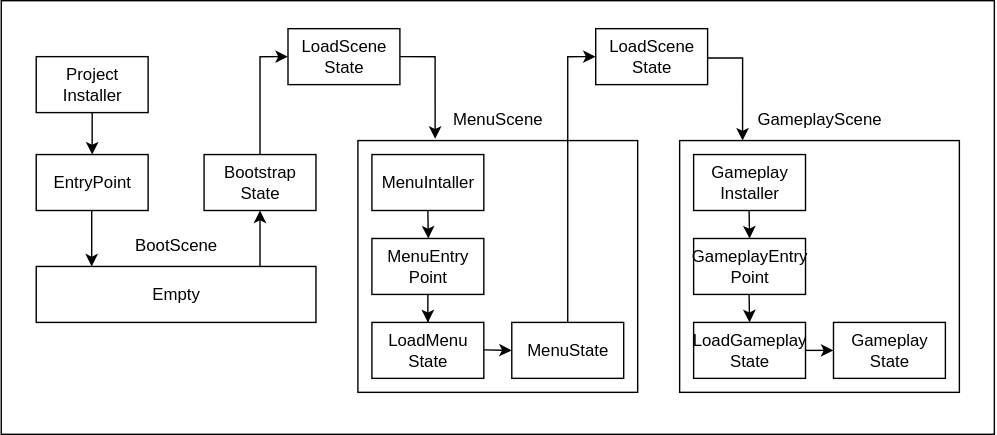
The draw.io diagram docs/GameLoop.svg in BorysUA/tech-core, before a commit. Source tidied: cells renumbered, new cells last; positions are measured from the earlier drawing's top-left corner, leaving out a move shared by most shapes.
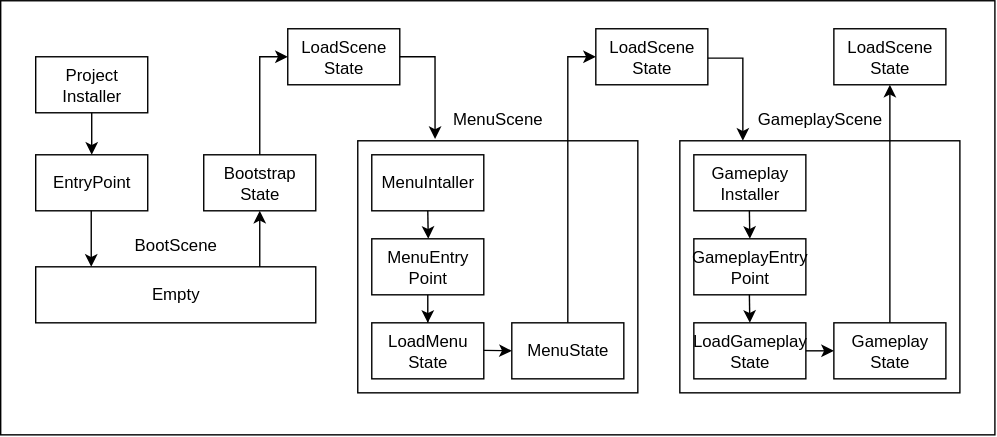
After the commit.

Change to the diagram source:
```diff
@@ -143,5 +143,11 @@
         </Array>
       </mxGeometry>
     </mxCell>
+    <mxCell id="36" value="&lt;div&gt;&lt;br&gt;&lt;/div&gt;LoadScene&lt;div&gt;State&lt;div&gt;&lt;br&gt;&lt;/div&gt;&lt;/div&gt;" style="rounded=0;whiteSpace=wrap;html=1;" parent="1" vertex="1">
+      <mxGeometry x="595" y="20" width="80" height="40" as="geometry" />
+    </mxCell>
+    <mxCell id="37" style="endArrow=classic;html=1;rounded=0;exitX=0.5;exitY=0;exitDx=0;exitDy=0;entryX=0.5;entryY=1;entryDx=0;entryDy=0;" parent="1" edge="1" source="17" target="36">
+      <mxGeometry relative="1" as="geometry" />
+    </mxCell>
   </root>
 </mxGraphModel>
```
